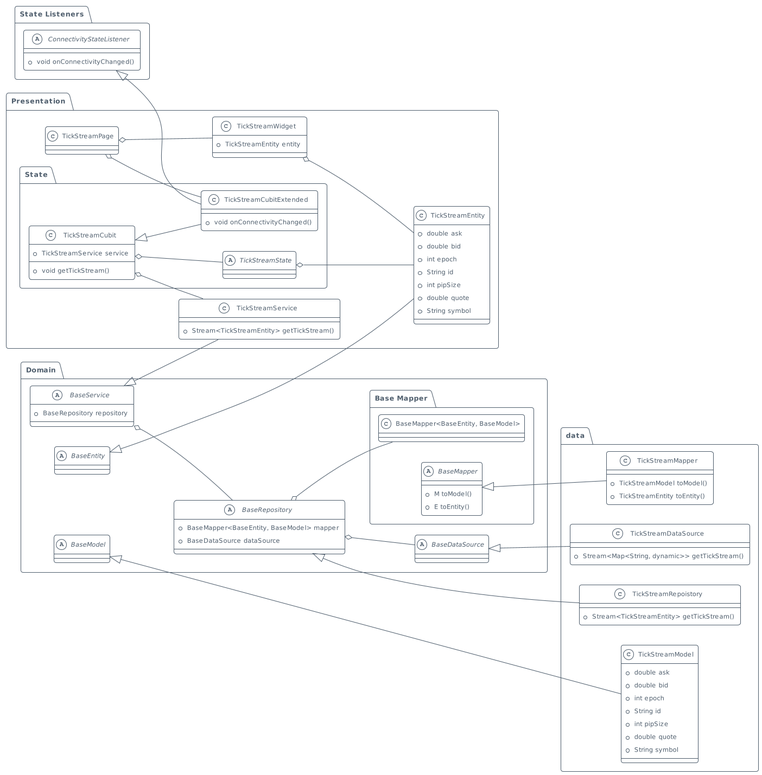
hamed-rezaee/flutter_component_architecture_poc keeps this PlantUML diagram as diagram.png. Above is the earlier version.
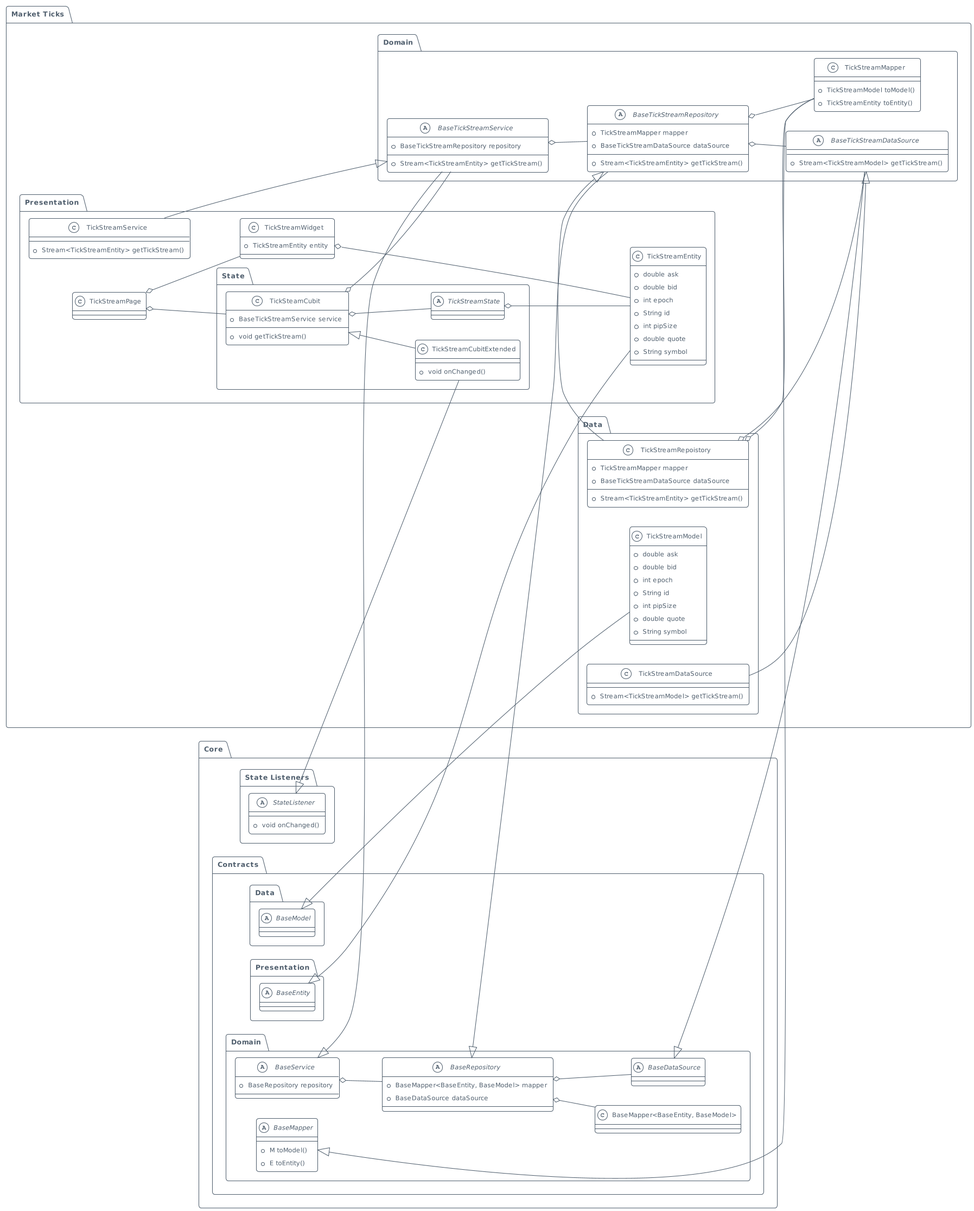
Above is the later version.

Change to the diagram source:
```diff
@@ -6,45 +6,49 @@
 
 left to right direction
 
-abstract class "State Listeners::ConnectivityStateListener" {
-  +void onConnectivityChanged()
+abstract class "Core::Contracts::Data::BaseModel" {
 }
 
-abstract class "Domain::BaseRepository" {
+abstract class "Core::Contracts::Domain::BaseRepository" {
   +BaseMapper<BaseEntity, BaseModel> mapper
   +BaseDataSource dataSource
 }
 
-"Domain::BaseRepository" o-- "Domain::Base Mapper::BaseMapper<BaseEntity, BaseModel>"
-"Domain::BaseRepository" o-- "Domain::BaseDataSource"
+"Core::Contracts::Domain::BaseRepository" o-- "Core::Contracts::Domain::BaseMapper<BaseEntity, BaseModel>"
+"Core::Contracts::Domain::BaseRepository" o-- "Core::Contracts::Domain::BaseDataSource"
 
-abstract class "Domain::Base Mapper::BaseMapper" {
+abstract class "Core::Contracts::Domain::BaseMapper" {
   +M toModel()
   +E toEntity()
 }
 
-abstract class "Domain::BaseModel" {
-}
-
-abstract class "Domain::::BaseService" {
+abstract class "Core::Contracts::Domain::BaseService" {
   +BaseRepository repository
 }
 
-"Domain::::BaseService" o-- "Domain::BaseRepository"
+"Core::Contracts::Domain::BaseService" o-- "Core::Contracts::Domain::BaseRepository"
 
-abstract class "Domain::BaseDataSource" {
+abstract class "Core::Contracts::Domain::BaseDataSource" {
 }
 
-abstract class "Domain::BaseEntity" {
+abstract class "Core::Contracts::Presentation::BaseEntity" {
 }
 
-class "data::TickStreamRepoistory" {
+abstract class "Core::State Listeners::StateListener" {
+  +void onChanged()
+}
+
+class "Market Ticks::Data::TickStreamRepoistory" {
+  +TickStreamMapper mapper
+  +BaseTickStreamDataSource dataSource
   +Stream<TickStreamEntity> getTickStream()
 }
 
-"Domain::BaseRepository" <|-- "data::TickStreamRepoistory"
+"Market Ticks::Data::TickStreamRepoistory" o-- "Market Ticks::Domain::TickStreamMapper"
+"Market Ticks::Data::TickStreamRepoistory" o-- "Market Ticks::Domain::BaseTickStreamDataSource"
+"Market Ticks::Domain::BaseTickStreamRepository" <|-- "Market Ticks::Data::TickStreamRepoistory"
 
-class "data::TickStreamModel" {
+class "Market Ticks::Data::TickStreamModel" {
   +double ask
   +double bid
   +int epoch
@@ -54,41 +58,65 @@
   +String symbol
 }
 
-"Domain::BaseModel" <|-- "data::TickStreamModel"
+"Core::Contracts::Data::BaseModel" <|-- "Market Ticks::Data::TickStreamModel"
 
-class "data::TickStreamMapper" {
+class "Market Ticks::Data::TickStreamDataSource" {
+  +Stream<TickStreamModel> getTickStream()
+}
+
+"Market Ticks::Domain::BaseTickStreamDataSource" <|-- "Market Ticks::Data::TickStreamDataSource"
+
+abstract class "Market Ticks::Domain::BaseTickStreamService" {
+  +BaseTickStreamRepository repository
+  +Stream<TickStreamEntity> getTickStream()
+}
+
+"Market Ticks::Domain::BaseTickStreamService" o-- "Market Ticks::Domain::BaseTickStreamRepository"
+"Core::Contracts::Domain::BaseService" <|-- "Market Ticks::Domain::BaseTickStreamService"
+
+class "Market Ticks::Domain::TickStreamMapper" {
   +TickStreamModel toModel()
   +TickStreamEntity toEntity()
 }
 
-"Domain::Base Mapper::BaseMapper" <|-- "data::TickStreamMapper"
+"Core::Contracts::Domain::BaseMapper" <|-- "Market Ticks::Domain::TickStreamMapper"
 
-class "data::TickStreamDataSource" {
-  +Stream<Map<String, dynamic>> getTickStream()
+abstract class "Market Ticks::Domain::BaseTickStreamDataSource" {
+  +Stream<TickStreamModel> getTickStream()
 }
 
-"Domain::BaseDataSource" <|-- "data::TickStreamDataSource"
+"Core::Contracts::Domain::BaseDataSource" <|-- "Market Ticks::Domain::BaseTickStreamDataSource"
 
-class "Presentation::TickStreamService" {
+abstract class "Market Ticks::Domain::BaseTickStreamRepository" {
+  +TickStreamMapper mapper
+  +BaseTickStreamDataSource dataSource
   +Stream<TickStreamEntity> getTickStream()
 }
 
-"Domain::::BaseService" <|-- "Presentation::TickStreamService"
+"Market Ticks::Domain::BaseTickStreamRepository" o-- "Market Ticks::Domain::TickStreamMapper"
+"Market Ticks::Domain::BaseTickStreamRepository" o-- "Market Ticks::Domain::BaseTickStreamDataSource"
+"Core::Contracts::Domain::BaseRepository" <|-- "Market Ticks::Domain::BaseTickStreamRepository"
 
-class "Presentation::TickStreamWidget" {
+class "Market Ticks::Presentation::TickStreamService" {
+  +Stream<TickStreamEntity> getTickStream()
+}
+
+"Market Ticks::Domain::BaseTickStreamService" <|-- "Market Ticks::Presentation::TickStreamService"
+
+class "Market Ticks::Presentation::TickStreamWidget" {
   +TickStreamEntity entity
 }
 
-"Presentation::TickStreamWidget" o-- "Presentation::TickStreamEntity"
+"Market Ticks::Presentation::TickStreamWidget" o-- "Market Ticks::Presentation::TickStreamEntity"
 
-class "Presentation::State::TickStreamCubitExtended" {
-  +void onConnectivityChanged()
+class "Market Ticks::Presentation::State::TickStreamCubitExtended" {
+  +void onChanged()
 }
 
-"Presentation::State::TickStreamCubit" <|-- "Presentation::State::TickStreamCubitExtended"
-"State Listeners::ConnectivityStateListener" <|-- "Presentation::State::TickStreamCubitExtended"
+"Market Ticks::Presentation::State::TickSteamCubit" <|-- "Market Ticks::Presentation::State::TickStreamCubitExtended"
+"Core::State Listeners::StateListener" <|-- "Market Ticks::Presentation::State::TickStreamCubitExtended"
 
-class "Presentation::TickStreamEntity" {
+class "Market Ticks::Presentation::TickStreamEntity" {
   +double ask
   +double bid
   +int epoch
@@ -98,25 +126,23 @@
   +String symbol
 }
 
-"Domain::BaseEntity" <|-- "Presentation::TickStreamEntity"
+"Core::Contracts::Presentation::BaseEntity" <|-- "Market Ticks::Presentation::TickStreamEntity"
 
-class "Presentation::State::TickStreamCubit" {
-  +TickStreamService service
+class "Market Ticks::Presentation::State::TickSteamCubit" {
+  +BaseTickStreamService service
   +void getTickStream()
 }
 
-"Presentation::State::TickStreamCubit" o-- "Presentation::TickStreamService"
+"Market Ticks::Presentation::State::TickSteamCubit" o-- "Market Ticks::Domain::BaseTickStreamService"
 
-abstract class "Presentation::State::TickStreamState" {
+abstract class "Market Ticks::Presentation::State::TickStreamState" {
 }
 
-"Presentation::State::TickStreamState" o-- "Presentation::TickStreamEntity"
-
-class "Presentation::TickStreamPage" {
+class "Market Ticks::Presentation::TickStreamPage" {
 }
 
-"Presentation::TickStreamPage" o-- "Presentation::TickStreamWidget"
-"Presentation::TickStreamPage" o-- "Presentation::State::TickStreamCubitExtended"
-
-"Presentation::State::TickStreamCubit" o-- "Presentation::State::TickStreamState"
+"Market Ticks::Presentation::State::TickSteamCubit" o-- "Market Ticks::Presentation::State::TickStreamState"
+"Market Ticks::Presentation::State::TickStreamState" o-- "Market Ticks::Presentation::TickStreamEntity"
+"Market Ticks::Presentation::TickStreamPage" o-- "Market Ticks::Presentation::TickStreamWidget"
+"Market Ticks::Presentation::TickStreamPage" o-- "Market Ticks::Presentation::State::TickSteamCubit"
 @enduml
```
